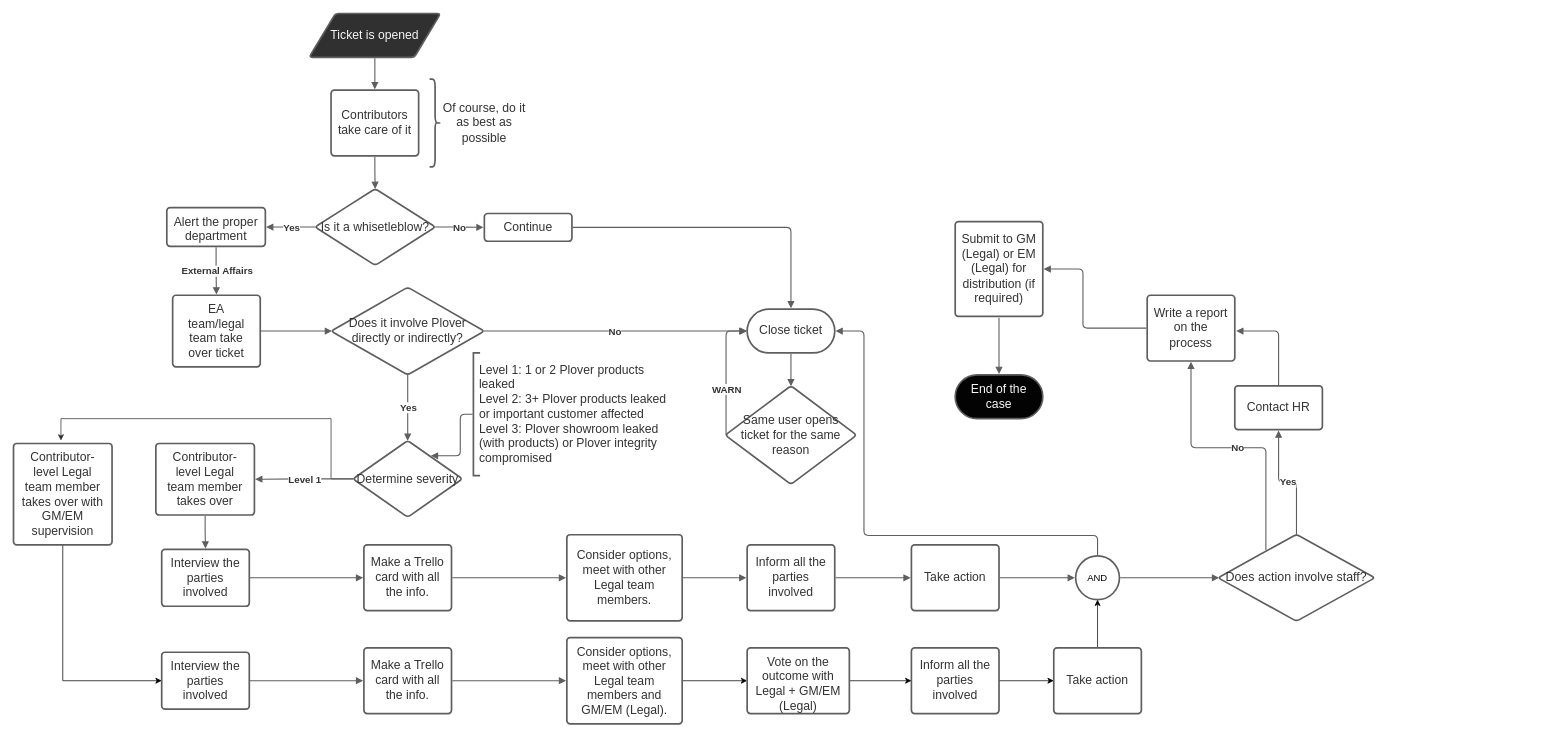
Before: Untitled Diagram.drawio in Peiprjs/Peiprjs, a draw.io diagram. Source tidied: cells renumbered, new cells numbered last; positions are measured from the earlier drawing's top-left corner, leaving out a move shared by most shapes. Both pictures are drawn from the tidied source at 73%, with x=0, y=0 at pixel (13, 13).
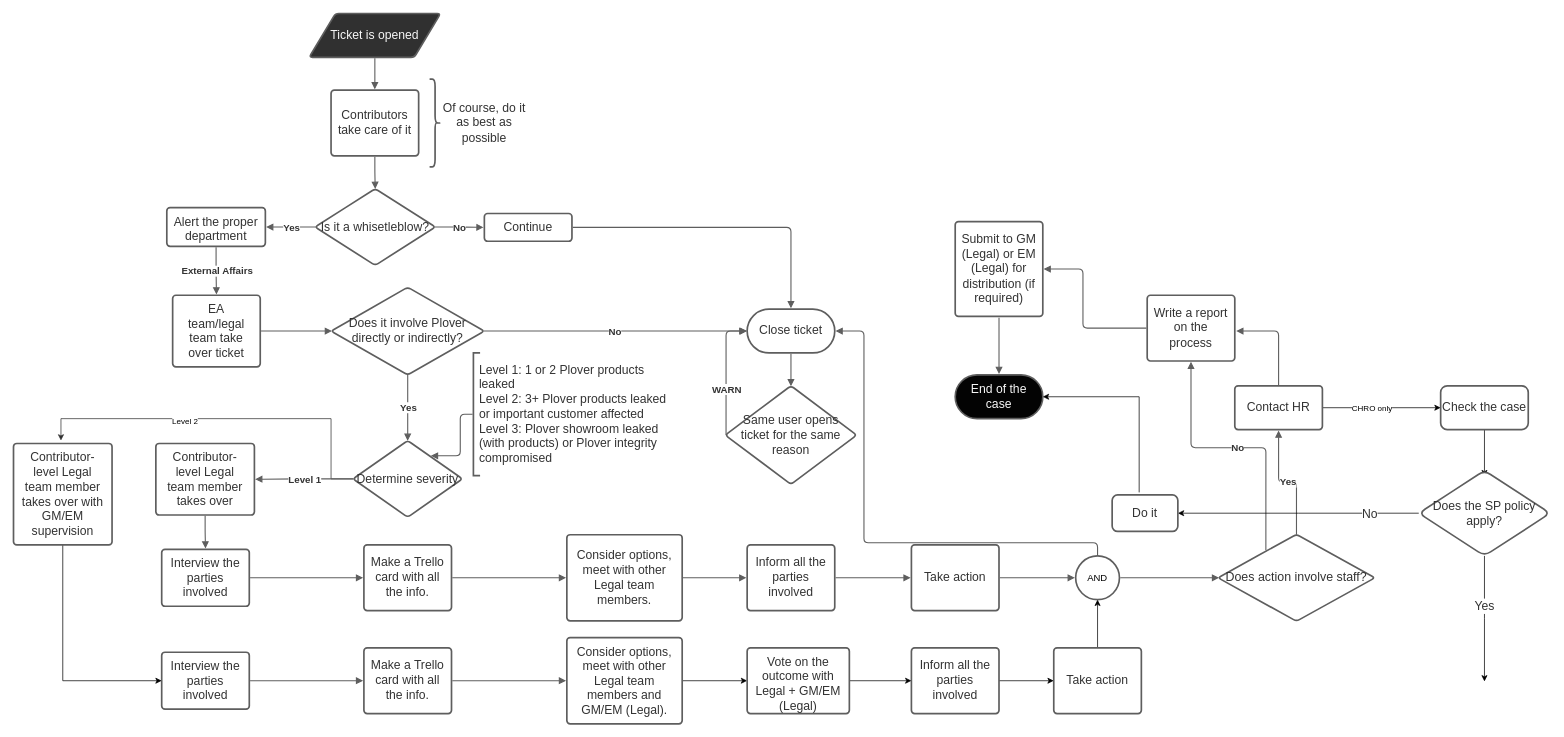
After the change.

The change refers to these unchanged cells:
```xml
<mxCell id="21" value="Close ticket" style="html=1;overflow=block;blockSpacing=1;whiteSpace=wrap;rounded=1;arcSize=50;whiteSpace=wrap;fontSize=16.7;fontColor=#333333;spacing=3.8;strokeColor=#5e5e5e;strokeOpacity=100;strokeWidth=2.3;" parent="1" vertex="1">
  <mxGeometry x="1005" y="405" width="120" height="60" as="geometry" />
</mxCell>
<mxCell id="31" style="edgeStyle=orthogonalEdgeStyle;rounded=0;jettySize=auto;html=1;strokeColor=#303030;" parent="1" edge="1" source="32">
  <mxGeometry relative="1" as="geometry">
    <mxPoint x="65" y="585" as="targetPoint" />
    <Array as="points">
      <mxPoint x="435" y="638" />
      <mxPoint x="435" y="555" />
      <mxPoint x="65" y="555" />
    </Array>
  </mxGeometry>
</mxCell>
<mxCell id="50" value="AND" style="ellipse;whiteSpace=wrap;html=1;fontFamily=Helvetica;fontSize=13;fontColor=#000000;align=center;strokeColor=#5e5e5e;strokeWidth=2.3;fillColor=#ffffff;" parent="1" vertex="1">
  <mxGeometry x="1455" y="743" width="60" height="60" as="geometry" />
</mxCell>
<mxCell id="56" value="Contact HR" style="html=1;overflow=block;blockSpacing=1;whiteSpace=wrap;whiteSpace=wrap;fontSize=16.7;fontColor=#333333;spacing=9;strokeColor=#5E5E5E;rounded=1;absoluteArcSize=1;arcSize=9;strokeWidth=2.3;" parent="1" vertex="1">
  <mxGeometry x="1673" y="510" width="120" height="60" as="geometry" />
</mxCell>
<mxCell id="63" value="&lt;font color=&quot;#F7F7F7&quot;&gt;End of the case&lt;/font&gt;" style="html=1;overflow=block;blockSpacing=1;whiteSpace=wrap;rounded=1;arcSize=50;whiteSpace=wrap;fontSize=16.7;fontColor=#333333;spacing=3.8;strokeColor=#5e5e5e;strokeOpacity=100;strokeWidth=2.3;fillColor=#030303;" parent="1" vertex="1">
  <mxGeometry x="1290" y="495" width="120" height="60" as="geometry" />
</mxCell>
```

Change to the diagram source:
```diff
@@
+    <mxCell id="79" value="&lt;div&gt;Level 2&lt;/div&gt;" style="edgeLabel;html=1;align=center;verticalAlign=middle;" parent="31" vertex="1">
+      <mxGeometry x="0.22" y="3" relative="1" as="geometry" />
+    </mxCell>
@@
     <mxCell id="52" style="html=1;jettySize=18;whiteSpace=wrap;fontSize=13;strokeColor=#5E5E5E;strokeWidth=1.5;rounded=1;arcSize=12;edgeStyle=orthogonalEdgeStyle;startArrow=none;endArrow=block;endFill=1;exitX=0.5;exitY=-0.019;exitPerimeter=0;entryX=1.009;entryY=0.5;entryPerimeter=0;" parent="1" edge="1" source="50" target="21">
       <mxGeometry relative="1" as="geometry">
         <Array as="points">
-          <mxPoint x="1485" y="715" />
-          <mxPoint x="1165" y="715" />
+          <mxPoint x="1485" y="725" />
+          <mxPoint x="1165" y="725" />
           <mxPoint x="1165" y="435" />
         </Array>
       </mxGeometry>
     </mxCell>
@@
+    <mxCell id="80" style="edgeStyle=orthogonalEdgeStyle;rounded=0;jettySize=auto;html=1;" parent="1" edge="1" source="56">
+      <mxGeometry relative="1" as="geometry">
+        <mxPoint x="1955" y="540" as="targetPoint" />
+      </mxGeometry>
+    </mxCell>
+    <mxCell id="81" value="CHRO only" style="edgeLabel;html=1;align=center;verticalAlign=middle;" parent="80" vertex="1">
+      <mxGeometry x="-0.17" relative="1" as="geometry" />
+    </mxCell>
@@
+    <mxCell id="82" style="edgeStyle=orthogonalEdgeStyle;rounded=0;jettySize=auto;html=1;entryX=0.5;entryY=0.068;entryDx=0;entryDy=0;entryPerimeter=0;fontSize=16.7;fontColor=#333333;" parent="1" edge="1" source="83" target="88">
+      <mxGeometry relative="1" as="geometry" />
+    </mxCell>
+    <mxCell id="83" value="Check the case" style="rounded=1;whiteSpace=wrap;html=1;fontSize=16.7;fontColor=#333333;strokeColor=#5E5E5E;strokeWidth=2.3;" parent="1" vertex="1">
+      <mxGeometry x="1955" y="510" width="120" height="60" as="geometry" />
+    </mxCell>
+    <mxCell id="84" style="edgeStyle=orthogonalEdgeStyle;rounded=0;jettySize=auto;html=1;fontSize=16.7;fontColor=#333333;" parent="1" edge="1" source="88">
+      <mxGeometry relative="1" as="geometry">
+        <mxPoint x="2015" y="915" as="targetPoint" />
+      </mxGeometry>
+    </mxCell>
+    <mxCell id="85" value="Yes" style="edgeLabel;html=1;align=center;verticalAlign=middle;fontSize=16.7;fontColor=#333333;" parent="84" vertex="1">
+      <mxGeometry x="-0.21" y="-1" relative="1" as="geometry" />
+    </mxCell>
+    <mxCell id="86" style="edgeStyle=orthogonalEdgeStyle;rounded=0;jettySize=auto;html=1;fontSize=16.7;fontColor=#333333;" parent="1" edge="1" source="88">
+      <mxGeometry relative="1" as="geometry">
+        <mxPoint x="1595" y="684.5" as="targetPoint" />
+      </mxGeometry>
+    </mxCell>
+    <mxCell id="87" value="No" style="edgeLabel;html=1;align=center;verticalAlign=middle;fontSize=16.7;fontColor=#333333;" parent="86" vertex="1">
+      <mxGeometry x="-0.59" y="1" relative="1" as="geometry" />
+    </mxCell>
+    <mxCell id="88" value="Does the SP policy apply?" style="rhombus;whiteSpace=wrap;html=1;rounded=1;fontSize=16.7;fontColor=#333333;strokeColor=#5E5E5E;strokeWidth=2.3;" parent="1" vertex="1">
+      <mxGeometry x="1925" y="626" width="180" height="117" as="geometry" />
+    </mxCell>
+    <mxCell id="89" style="edgeStyle=orthogonalEdgeStyle;rounded=0;jettySize=auto;html=1;entryX=1;entryY=0.5;entryDx=0;entryDy=0;fontSize=16.7;fontColor=#333333;exitX=0.411;exitY=-0.07;exitDx=0;exitDy=0;exitPerimeter=0;" parent="1" edge="1" source="90" target="63">
+      <mxGeometry relative="1" as="geometry">
+        <Array as="points">
+          <mxPoint x="1542" y="525" />
+        </Array>
+      </mxGeometry>
+    </mxCell>
+    <mxCell id="90" value="Do it" style="rounded=1;whiteSpace=wrap;html=1;fontSize=16.7;fontColor=#333333;strokeColor=#5E5E5E;strokeWidth=2.3;" parent="1" vertex="1">
+      <mxGeometry x="1505" y="659.5" width="90" height="50" as="geometry" />
+    </mxCell>
```
